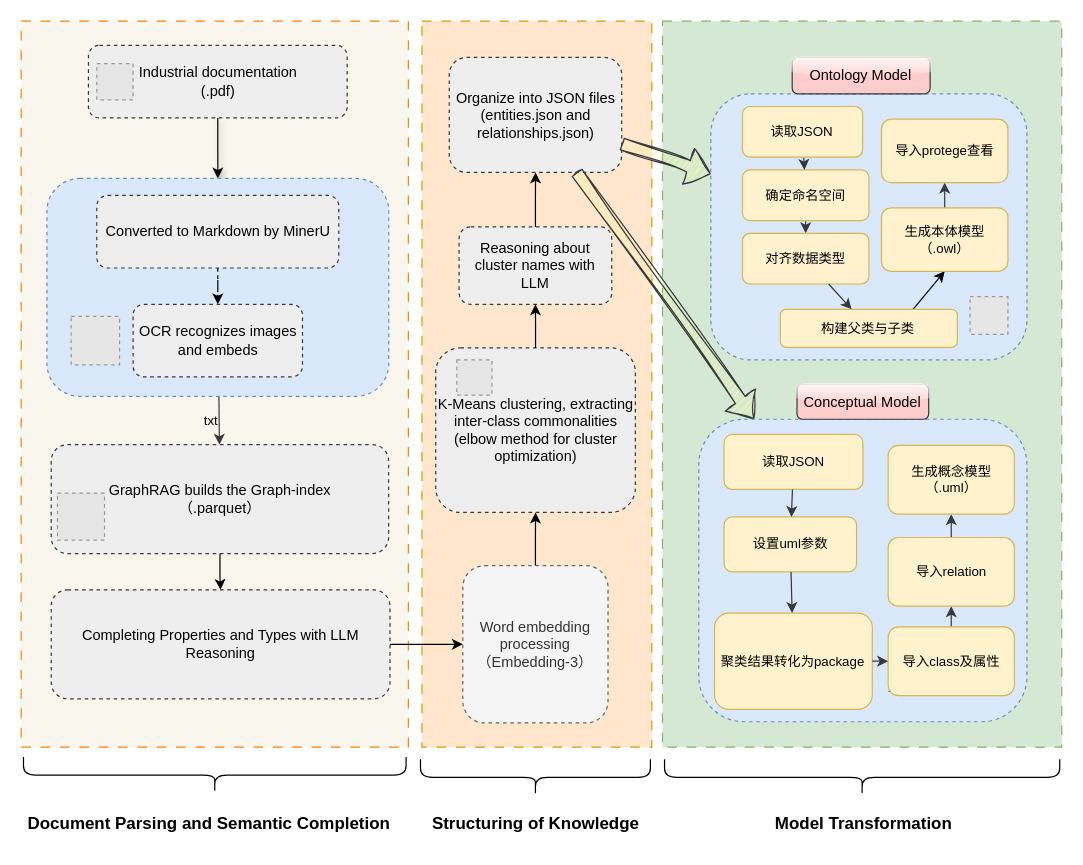
yizhezhixing/yizhezhixing keeps this draw.io diagram as 流程图.drawio. Above is the earlier version. Source tidied: cells renumbered, new cells numbered last; positions are measured from the earlier drawing's top-left corner, leaving out a move shared by most shapes. Both pictures are drawn from the tidied source at 121%, with x=0, y=0 at pixel (21, 21). Pictures stored in the file or linked from it are replaced by grey dashed boxes.
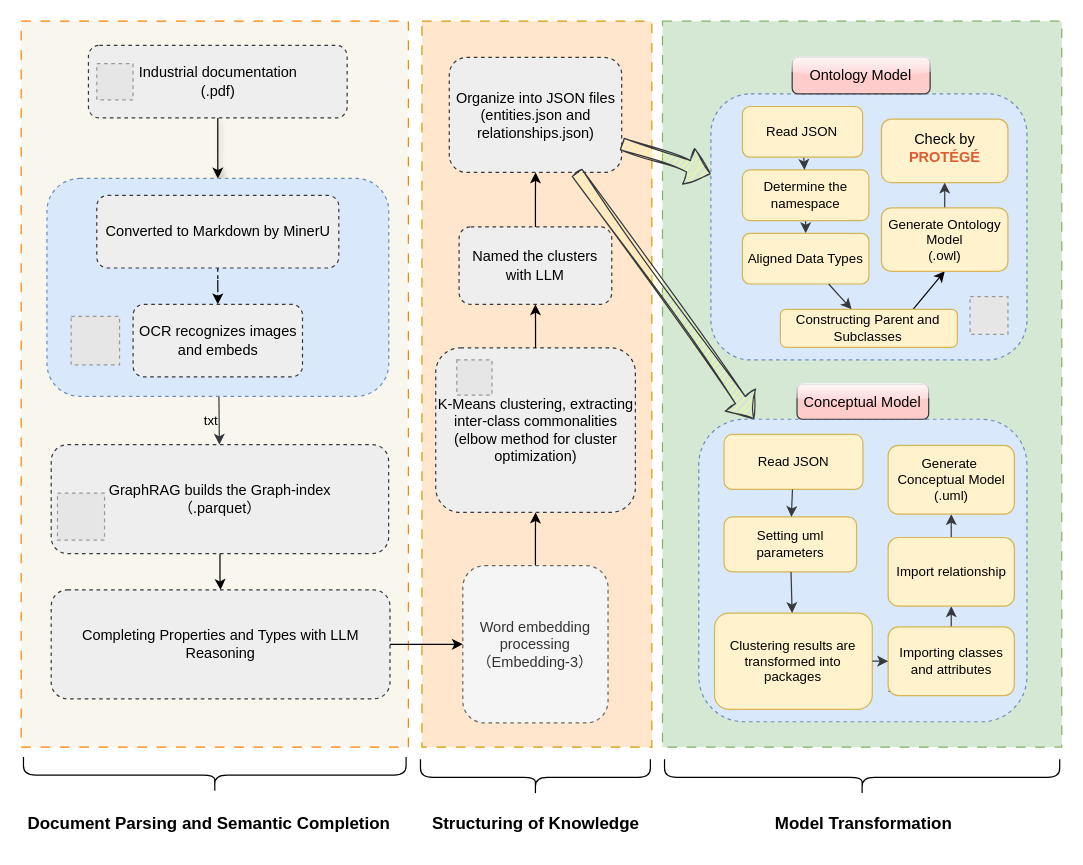
Above is the later version.

Commit message:
更新流程图.drawio

The change refers to these unchanged cells:
```xml
<mxCell id="32" style="group;" parent="31" vertex="1">
  <mxGeometry y="29" width="271.2" height="250" as="geometry" />
</mxCell>
<mxCell id="37" style="group;" parent="32" vertex="1">
  <mxGeometry x="156.5" y="21.6" width="104.3" height="206.8" as="geometry" />
</mxCell>
<mxCell id="51" style="group;" parent="49" vertex="1">
  <mxGeometry x="26.1" y="10.5" width="219.4" height="199" as="geometry" />
</mxCell>
```

Diff of the diagram source:
```diff
@@
-    <mxCell id="26" value="&lt;div&gt;Reasoning about cluster names with LLM&lt;/div&gt;" style="rounded=1;whiteSpace=wrap;html=1;fillColor=#eeeeee;strokeColor=#36393d;dashed=1;" parent="1" vertex="1">
+    <mxCell id="26" value="&lt;div&gt;Named the clusters with LLM&lt;/div&gt;" style="rounded=1;whiteSpace=wrap;html=1;fillColor=#eeeeee;strokeColor=#36393d;dashed=1;" parent="1" vertex="1">
       <mxGeometry x="361.9" y="170" width="126.2" height="64" as="geometry" />
     </mxCell>
@@
-    <mxCell id="34" value="设置uml参数" style="rounded=1;whiteSpace=wrap;html=1;fontFamily=Helvetica;fontSize=11;labelBackgroundColor=none;fillColor=#fff2cc;strokeColor=#d6b656;" parent="32" vertex="1">
+    <mxCell id="34" value="Setting uml parameters" style="rounded=1;whiteSpace=wrap;html=1;fontFamily=Helvetica;fontSize=11;labelBackgroundColor=none;fillColor=#fff2cc;strokeColor=#d6b656;" parent="32" vertex="1">
       <mxGeometry x="20.9" y="80.7" width="109.5" height="45.5" as="geometry" />
     </mxCell>
-    <mxCell id="35" value="聚类结果转化为package" style="rounded=1;whiteSpace=wrap;html=1;fontFamily=Helvetica;fontSize=11;labelBackgroundColor=none;fillColor=#fff2cc;strokeColor=#d6b656;" parent="32" vertex="1">
+    <mxCell id="35" value="Clustering results are transformed into packages" style="rounded=1;whiteSpace=wrap;html=1;fontFamily=Helvetica;fontSize=11;labelBackgroundColor=none;fillColor=#fff2cc;strokeColor=#d6b656;" parent="32" vertex="1">
       <mxGeometry x="13" y="160.2" width="130.4" height="79.5" as="geometry" />
     </mxCell>
-    <mxCell id="36" value="读取JSON" style="rounded=1;whiteSpace=wrap;html=1;fontFamily=Helvetica;fontSize=11;labelBackgroundColor=none;fillColor=#fff2cc;strokeColor=#d6b656;" parent="32" vertex="1">
+    <mxCell id="36" value="Read JSON" style="rounded=1;whiteSpace=wrap;html=1;fontFamily=Helvetica;fontSize=11;labelBackgroundColor=none;fillColor=#fff2cc;strokeColor=#d6b656;" parent="32" vertex="1">
       <mxGeometry x="20.9" y="12.5" width="114.8" height="45.5" as="geometry" />
     </mxCell>
@@
-    <mxCell id="40" value="导入class及属性" style="rounded=1;whiteSpace=wrap;html=1;fontFamily=Helvetica;fontSize=11;labelBackgroundColor=none;fillColor=#fff2cc;strokeColor=#d6b656;" parent="37" vertex="1">
+    <mxCell id="40" value="Importing classes and attributes" style="rounded=1;whiteSpace=wrap;html=1;fontFamily=Helvetica;fontSize=11;labelBackgroundColor=none;fillColor=#fff2cc;strokeColor=#d6b656;" parent="37" vertex="1">
       <mxGeometry y="150" width="104.3" height="56.8" as="geometry" />
     </mxCell>
@@
-    <mxCell id="42" value="导入relation" style="rounded=1;whiteSpace=wrap;html=1;fontFamily=Helvetica;fontSize=11;labelBackgroundColor=none;fillColor=#fff2cc;strokeColor=#d6b656;" parent="37" vertex="1">
+    <mxCell id="42" value="Import relationship" style="rounded=1;whiteSpace=wrap;html=1;fontFamily=Helvetica;fontSize=11;labelBackgroundColor=none;fillColor=#fff2cc;strokeColor=#d6b656;" parent="37" vertex="1">
       <mxGeometry y="76.1" width="104.3" height="56.8" as="geometry" />
     </mxCell>
-    <mxCell id="43" value="生成概念模型&lt;div&gt;（.uml）&lt;/div&gt;" style="whiteSpace=wrap;html=1;fontSize=11;rounded=1;labelBackgroundColor=none;fillColor=#fff2cc;strokeColor=#d6b656;" parent="37" vertex="1">
+    <mxCell id="43" value="&lt;div&gt;Generate&amp;nbsp; Conceptual Model&lt;/div&gt;&lt;div&gt;(.uml)&lt;/div&gt;" style="whiteSpace=wrap;html=1;fontSize=11;rounded=1;labelBackgroundColor=none;fillColor=#fff2cc;strokeColor=#d6b656;" parent="37" vertex="1">
       <mxGeometry width="104.3" height="56.8" as="geometry" />
     </mxCell>
@@
-    <mxCell id="53" value="确定命名空间" style="rounded=1;whiteSpace=wrap;html=1;fontFamily=Helvetica;fontSize=11;labelBackgroundColor=none;fillColor=#fff2cc;strokeColor=#d6b656;" parent="51" vertex="1">
+    <mxCell id="53" value="Determine the namespace" style="rounded=1;whiteSpace=wrap;html=1;fontFamily=Helvetica;fontSize=11;labelBackgroundColor=none;fillColor=#fff2cc;strokeColor=#d6b656;" parent="51" vertex="1">
       <mxGeometry y="52.4" width="104.5" height="41.9" as="geometry" />
     </mxCell>
-    <mxCell id="54" value="对齐数据类型" style="rounded=1;whiteSpace=wrap;html=1;fontFamily=Helvetica;fontSize=11;labelBackgroundColor=none;fillColor=#fff2cc;strokeColor=#d6b656;" parent="51" vertex="1">
+    <mxCell id="54" value="Aligned Data Types" style="rounded=1;whiteSpace=wrap;html=1;fontFamily=Helvetica;fontSize=11;labelBackgroundColor=none;fillColor=#fff2cc;strokeColor=#d6b656;" parent="51" vertex="1">
       <mxGeometry y="104.8" width="104.5" height="41.9" as="geometry" />
     </mxCell>
@@
-    <mxCell id="56" value="读取JSON" style="rounded=1;whiteSpace=wrap;html=1;fontFamily=Helvetica;fontSize=11;labelBackgroundColor=none;fillColor=#fff2cc;strokeColor=#d6b656;" parent="51" vertex="1">
+    <mxCell id="56" value="Read JSON" style="rounded=1;whiteSpace=wrap;html=1;fontFamily=Helvetica;fontSize=11;labelBackgroundColor=none;fillColor=#fff2cc;strokeColor=#d6b656;" parent="51" vertex="1">
       <mxGeometry width="99.3" height="41.9" as="geometry" />
     </mxCell>
@@
-    <mxCell id="58" value="构建父类与子类" style="rounded=1;whiteSpace=wrap;html=1;fontFamily=Helvetica;fontSize=11;labelBackgroundColor=none;fillColor=#fff2cc;strokeColor=#d6b656;" parent="51" vertex="1">
+    <mxCell id="58" value="Constructing Parent and Subclasses" style="rounded=1;whiteSpace=wrap;html=1;fontFamily=Helvetica;fontSize=11;labelBackgroundColor=none;fillColor=#fff2cc;strokeColor=#d6b656;" parent="51" vertex="1">
       <mxGeometry x="31.3" y="167.6" width="146.3" height="31.4" as="geometry" />
     </mxCell>
@@
-    <mxCell id="61" value="生成本体模型&lt;div&gt;（.owl）&lt;/div&gt;" style="rounded=1;whiteSpace=wrap;html=1;fontFamily=Helvetica;fontSize=11;labelBackgroundColor=none;fillColor=#fff2cc;strokeColor=#d6b656;" parent="51" vertex="1">
+    <mxCell id="61" value="&lt;div&gt;Generate Ontology Model&lt;/div&gt;&lt;div&gt;(.owl)&lt;/div&gt;" style="rounded=1;whiteSpace=wrap;html=1;fontFamily=Helvetica;fontSize=11;labelBackgroundColor=none;fillColor=#fff2cc;strokeColor=#d6b656;" parent="51" vertex="1">
       <mxGeometry x="114.9" y="83.8" width="104.5" height="52.4" as="geometry" />
     </mxCell>
-    <mxCell id="62" value="导入protege查看" style="rounded=1;whiteSpace=wrap;html=1;fontFamily=Helvetica;fontSize=11;labelBackgroundColor=none;fillColor=#fff2cc;strokeColor=#d6b656;" parent="51" vertex="1">
+    <mxCell id="62" value="&lt;font style=&quot;font-size: 12px;&quot;&gt;Check by&lt;/font&gt;&lt;div&gt;&lt;h3 style=&quot;box-sizing: border-box; font-family: &amp;quot;Brandon Grotesque&amp;quot;, sans-serif; line-height: 1.1; margin-top: 0px; margin-bottom: 4px; text-transform: uppercase; color: rgb(219, 94, 51); text-align: start;&quot; class=&quot;upcase&quot;&gt;&lt;font style=&quot;font-size: 12px;&quot;&gt;Protégé&lt;/font&gt;&lt;/h3&gt;&lt;/div&gt;" style="rounded=1;whiteSpace=wrap;html=1;fontFamily=Helvetica;fontSize=11;labelBackgroundColor=none;fillColor=#fff2cc;strokeColor=#d6b656;" parent="51" vertex="1">
       <mxGeometry x="114.9" y="10.5" width="104.5" height="52.4" as="geometry" />
     </mxCell>
```
